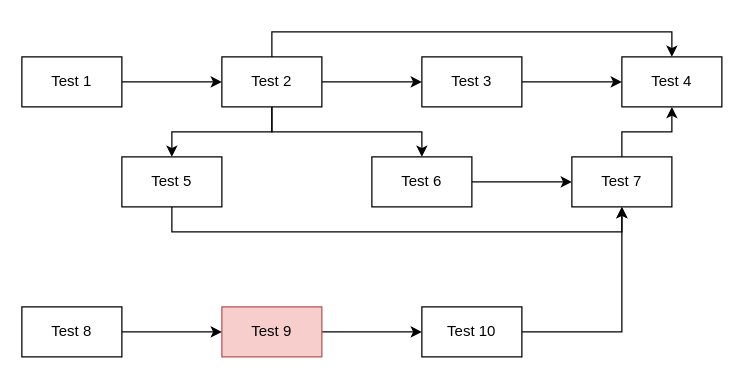
Earlier version of the draw.io diagram page "Page-1" (1 of 3) of test_doc.drawio (TangBean/Drawio-Sub-Workflow-Highlighter). Source tidied: cells renumbered, new cells numbered last; positions are measured from the earlier drawing's top-left corner, leaving out a move shared by most shapes. Both pictures are drawn from the tidied source at 125%, with x=0, y=0 at pixel (21, 56).
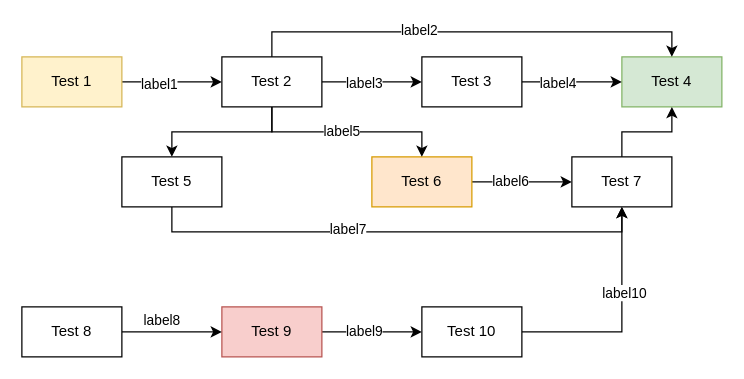
After the change.

Unchanged cells that the change refers to:
```xml
<mxCell id="2" style="edgeStyle=orthogonalEdgeStyle;rounded=0;jettySize=auto;html=1;exitX=1;exitY=0.5;exitDx=0;exitDy=0;entryX=0;entryY=0.5;entryDx=0;entryDy=0;" parent="1" edge="1" source="3" target="17">
  <mxGeometry relative="1" as="geometry" />
</mxCell>
<mxCell id="5" style="edgeStyle=orthogonalEdgeStyle;rounded=0;jettySize=auto;html=1;exitX=1;exitY=0.5;exitDx=0;exitDy=0;entryX=0;entryY=0.5;entryDx=0;entryDy=0;" parent="1" edge="1" source="6" target="4">
  <mxGeometry relative="1" as="geometry" />
</mxCell>
<mxCell id="7" style="edgeStyle=orthogonalEdgeStyle;rounded=0;jettySize=auto;html=1;exitX=0.5;exitY=1;exitDx=0;exitDy=0;entryX=0.5;entryY=1;entryDx=0;entryDy=0;" parent="1" edge="1" source="8" target="21">
  <mxGeometry relative="1" as="geometry" />
</mxCell>
<mxCell id="9" style="edgeStyle=orthogonalEdgeStyle;rounded=0;jettySize=auto;html=1;exitX=1;exitY=0.5;exitDx=0;exitDy=0;entryX=0;entryY=0.5;entryDx=0;entryDy=0;" parent="1" edge="1" source="10" target="19">
  <mxGeometry relative="1" as="geometry" />
</mxCell>
<mxCell id="11" style="edgeStyle=orthogonalEdgeStyle;rounded=0;jettySize=auto;html=1;exitX=1;exitY=0.5;exitDx=0;exitDy=0;entryX=0;entryY=0.5;entryDx=0;entryDy=0;" parent="1" edge="1" source="12" target="21">
  <mxGeometry relative="1" as="geometry" />
</mxCell>
<mxCell id="14" style="edgeStyle=orthogonalEdgeStyle;rounded=0;jettySize=auto;html=1;exitX=0.5;exitY=1;exitDx=0;exitDy=0;entryX=0.5;entryY=0;entryDx=0;entryDy=0;" parent="1" edge="1" source="17" target="12">
  <mxGeometry relative="1" as="geometry" />
</mxCell>
<mxCell id="15" style="edgeStyle=orthogonalEdgeStyle;rounded=0;jettySize=auto;html=1;exitX=1;exitY=0.5;exitDx=0;exitDy=0;entryX=0;entryY=0.5;entryDx=0;entryDy=0;" parent="1" edge="1" source="17" target="6">
  <mxGeometry relative="1" as="geometry" />
</mxCell>
<mxCell id="16" style="edgeStyle=orthogonalEdgeStyle;rounded=0;jettySize=auto;html=1;exitX=0.5;exitY=0;exitDx=0;exitDy=0;entryX=0.5;entryY=0;entryDx=0;entryDy=0;" parent="1" edge="1" source="17" target="4">
  <mxGeometry relative="1" as="geometry" />
</mxCell>
<mxCell id="18" style="edgeStyle=orthogonalEdgeStyle;rounded=0;jettySize=auto;html=1;exitX=1;exitY=0.5;exitDx=0;exitDy=0;entryX=0.5;entryY=1;entryDx=0;entryDy=0;" parent="1" edge="1" source="19" target="21">
  <mxGeometry relative="1" as="geometry" />
</mxCell>
<mxCell id="22" style="edgeStyle=orthogonalEdgeStyle;rounded=0;jettySize=auto;html=1;exitX=1;exitY=0.5;exitDx=0;exitDy=0;entryX=0;entryY=0.5;entryDx=0;entryDy=0;" parent="1" edge="1" source="23" target="10">
  <mxGeometry relative="1" as="geometry" />
</mxCell>
```

What changed in the source:
```diff
@@
+    <mxCell id="24" value="label1" style="edgeLabel;html=1;align=center;verticalAlign=middle;" parent="2" vertex="1">
+      <mxGeometry x="-0.28" y="-1" relative="1" as="geometry" />
+    </mxCell>
-    <mxCell id="3" value="Test 1" style="rounded=0;whiteSpace=wrap;html=1;" parent="1" vertex="1">
+    <mxCell id="3" value="Test 1" style="rounded=0;whiteSpace=wrap;html=1;fillColor=#fff2cc;strokeColor=#d6b656;" parent="1" vertex="1">
       <mxGeometry width="80" height="40" as="geometry" />
     </mxCell>
-    <mxCell id="4" value="Test 4" style="rounded=0;whiteSpace=wrap;html=1;" parent="1" vertex="1">
+    <mxCell id="4" value="Test 4" style="rounded=0;whiteSpace=wrap;html=1;fillColor=#d5e8d4;strokeColor=#82b366;" parent="1" vertex="1">
       <mxGeometry x="480" width="80" height="40" as="geometry" />
     </mxCell>
@@
+    <mxCell id="25" value="label4" style="edgeLabel;html=1;align=center;verticalAlign=middle;" parent="5" vertex="1">
+      <mxGeometry x="-0.3" relative="1" as="geometry" />
+    </mxCell>
@@
+    <mxCell id="26" value="label7" style="edgeLabel;html=1;align=center;verticalAlign=middle;" parent="7" vertex="1">
+      <mxGeometry x="-0.2" y="3" relative="1" as="geometry" />
+    </mxCell>
@@
+    <mxCell id="27" value="label9" style="edgeLabel;html=1;align=center;verticalAlign=middle;" parent="9" vertex="1">
+      <mxGeometry x="-0.17" y="1" relative="1" as="geometry" />
+    </mxCell>
@@
+    <mxCell id="28" value="label6" style="edgeLabel;html=1;align=center;verticalAlign=middle;" parent="11" vertex="1">
+      <mxGeometry x="-0.25" y="1" relative="1" as="geometry" />
+    </mxCell>
-    <mxCell id="12" value="Test 6" style="rounded=0;whiteSpace=wrap;html=1;" parent="1" vertex="1">
+    <mxCell id="12" value="Test 6" style="rounded=0;whiteSpace=wrap;html=1;fillColor=#ffe6cc;strokeColor=#d79b00;" parent="1" vertex="1">
       <mxGeometry x="280" y="80" width="80" height="40" as="geometry" />
     </mxCell>
@@
+    <mxCell id="29" value="label5" style="edgeLabel;html=1;align=center;verticalAlign=middle;" parent="14" vertex="1">
+      <mxGeometry x="-0.06" y="1" relative="1" as="geometry" />
+    </mxCell>
@@
+    <mxCell id="30" value="label3" style="edgeLabel;html=1;align=center;verticalAlign=middle;" parent="15" vertex="1">
+      <mxGeometry x="-0.17" relative="1" as="geometry" />
+    </mxCell>
@@
+    <mxCell id="31" value="label2" style="edgeLabel;html=1;align=center;verticalAlign=middle;" parent="16" vertex="1">
+      <mxGeometry x="-0.24" y="2" relative="1" as="geometry" />
+    </mxCell>
@@
+    <mxCell id="32" value="label10" style="edgeLabel;html=1;align=center;verticalAlign=middle;" parent="18" vertex="1">
+      <mxGeometry x="0.24" y="-1" relative="1" as="geometry" />
+    </mxCell>
@@
+    <mxCell id="33" value="label8" style="edgeLabel;html=1;align=center;verticalAlign=middle;" parent="22" vertex="1">
+      <mxGeometry x="-0.23" y="3" relative="1" as="geometry">
+        <mxPoint y="-7" as="offset" />
+      </mxGeometry>
+    </mxCell>
```
